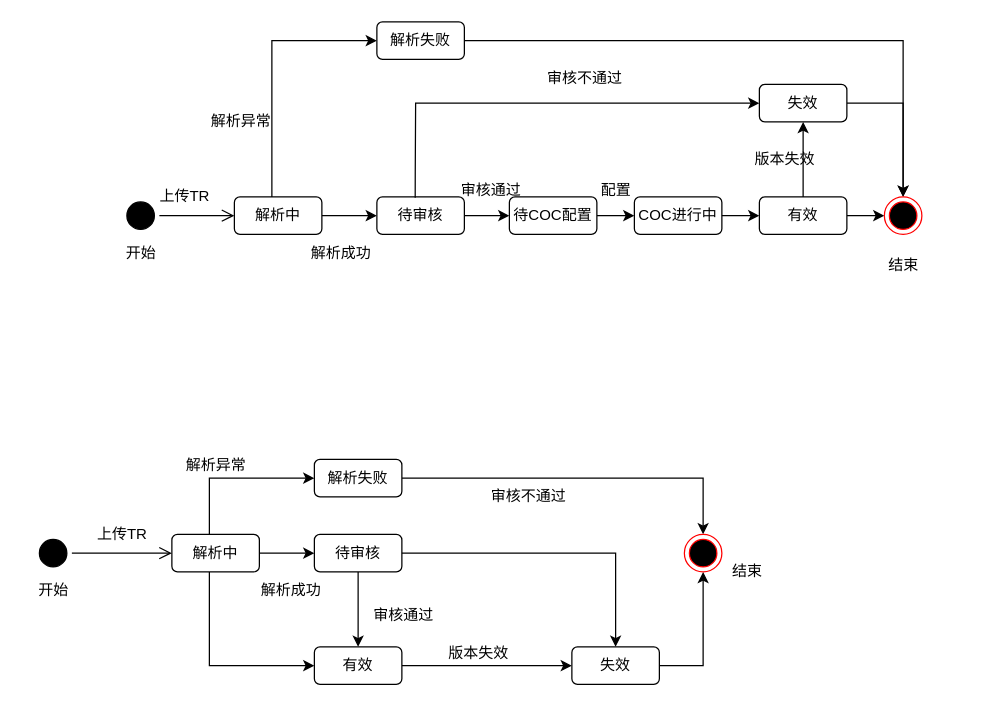
Earlier version of the draw.io diagram 设计相关/TR状态转移.drawio (DemonHan/KuickBuy). Source tidied: cells renumbered, new cells numbered last; positions are measured from the earlier drawing's top-left corner, leaving out a move shared by most shapes. Both pictures are drawn from the tidied source at 125%, with x=0, y=0 at pixel (21, 21).
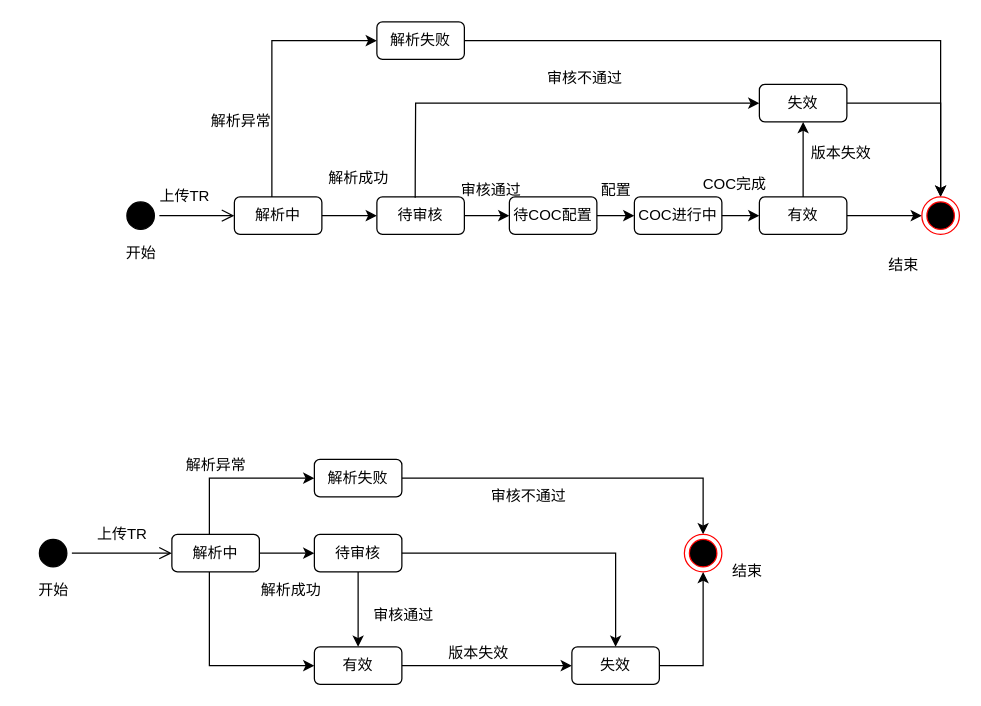
After the change.

Commit message (it also covers changes not shown here):
更新TR状态转移.drawio

Diff of the diagram source:
```diff
@@
     <mxCell id="20" style="ellipse;html=1;shape=endState;fillColor=#000000;strokeColor=#ff0000;" parent="1" vertex="1">
-      <mxGeometry x="690" y="140" width="30" height="30" as="geometry" />
+      <mxGeometry x="720" y="140" width="30" height="30" as="geometry" />
     </mxCell>
@@
     <mxCell id="26" value="解析成功" style="text;html=1;align=center;verticalAlign=middle;strokeColor=none;fillColor=none;" parent="1" vertex="1">
-      <mxGeometry x="220" y="170" width="70" height="30" as="geometry" />
+      <mxGeometry x="234" y="110" width="70" height="30" as="geometry" />
     </mxCell>
@@
     <mxCell id="53" value="版本失效" style="text;html=1;align=center;verticalAlign=middle;strokeColor=none;fillColor=none;" parent="1" vertex="1">
-      <mxGeometry x="575" y="95" width="70" height="30" as="geometry" />
+      <mxGeometry x="620" y="90" width="70" height="30" as="geometry" />
     </mxCell>
@@
+    <mxCell id="55" value="COC完成" style="text;html=1;align=center;verticalAlign=middle;strokeColor=none;fillColor=none;" parent="1" vertex="1">
+      <mxGeometry x="535" y="115" width="70" height="30" as="geometry" />
+    </mxCell>
```
